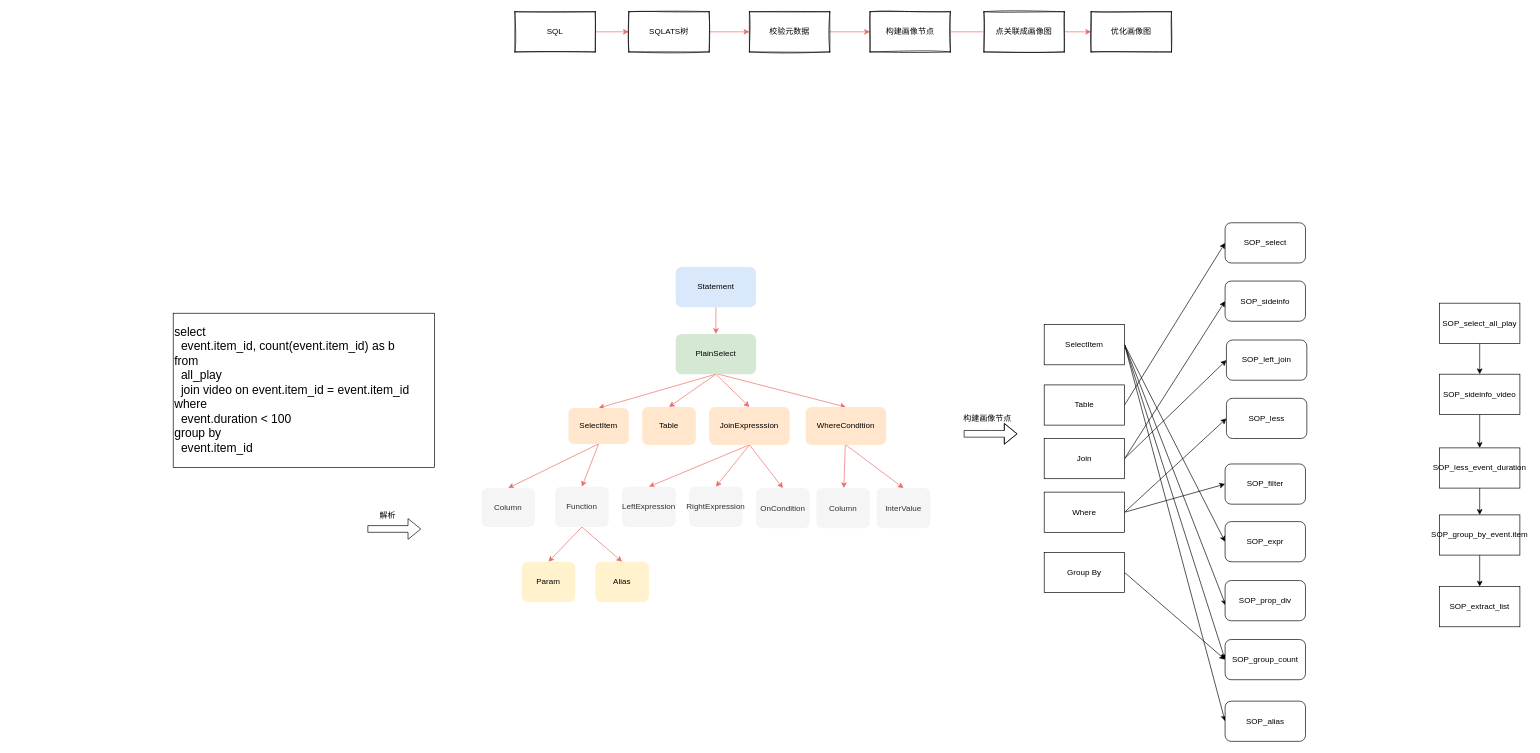
The draw.io diagram page "Page-15" (15 of 16) of profile_dev_platform.drawio in nullbull/uml, before the edit. Source tidied: cells renumbered, new cells numbered last; positions are measured from the earlier drawing's top-left corner, leaving out a move shared by most shapes. Both pictures are drawn from the tidied source at 67%, with x=0, y=0 at pixel (173, 11).
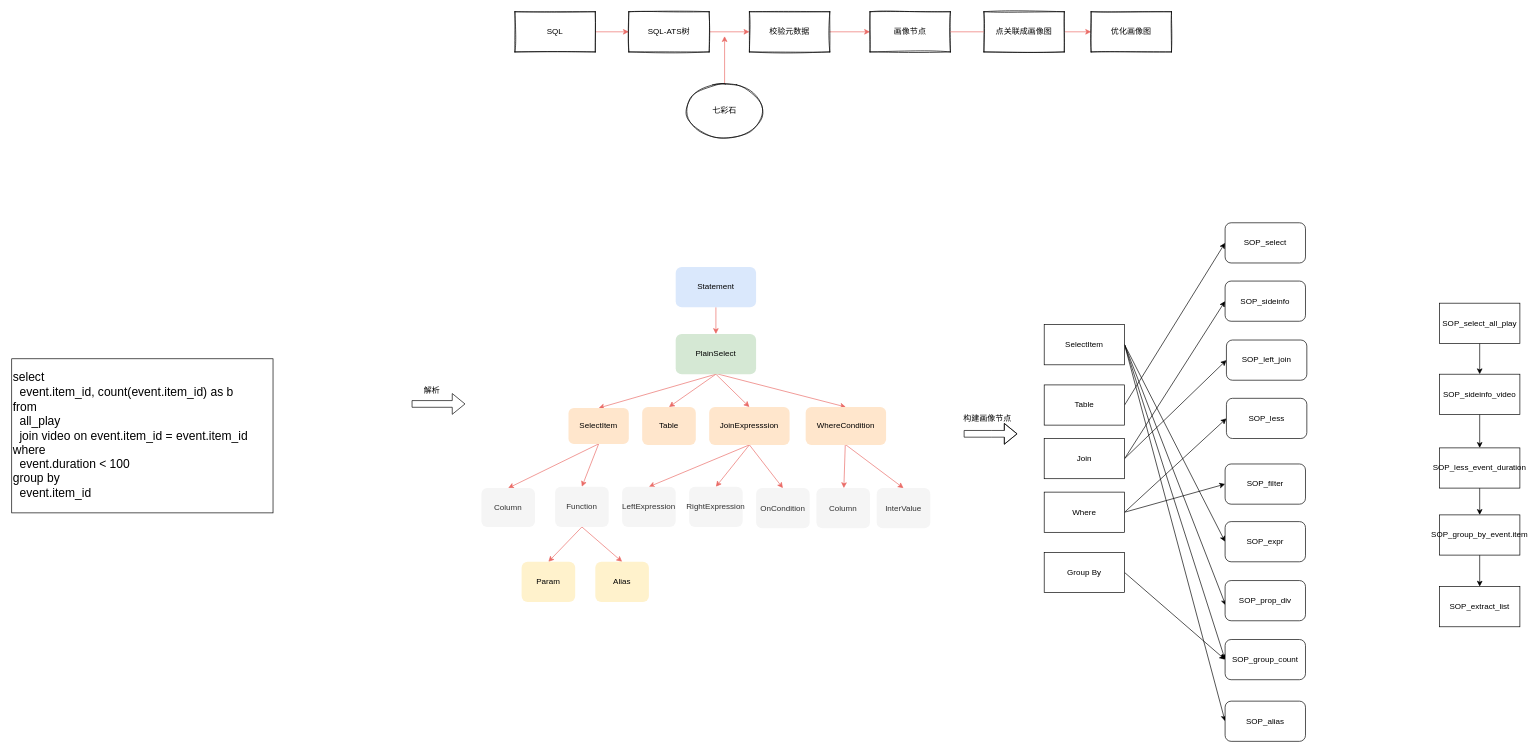
The same page after the edit.

Diff of the diagram source:
```diff
@@
     <mxCell id="2" value="&lt;div style=&quot;font-size: 18px&quot;&gt;&lt;div&gt;select&lt;/div&gt;&lt;div&gt;&amp;nbsp; event.item_id, count(event.item_id) as b&lt;/div&gt;&lt;div&gt;from&lt;/div&gt;&lt;div&gt;&amp;nbsp; all_play&lt;/div&gt;&lt;div&gt;&amp;nbsp; join video on event.item_id = event.item_id&lt;/div&gt;&lt;div&gt;where&lt;/div&gt;&lt;div&gt;&amp;nbsp; event.duration &amp;lt; 100&lt;/div&gt;&lt;div&gt;group by&lt;/div&gt;&lt;div&gt;&amp;nbsp; event.item_id&lt;/div&gt;&lt;/div&gt;" style="rounded=0;whiteSpace=wrap;html=1;align=left;" parent="1" vertex="1">
-      <mxGeometry y="450" width="390" height="230" as="geometry" />
+      <mxGeometry x="-241" y="518" width="390" height="230" as="geometry" />
     </mxCell>
     <mxCell id="3" style="shape=flexArrow;endArrow=classic;html=1;" parent="1" edge="1">
       <mxGeometry relative="1" as="geometry">
-        <mxPoint x="290" y="772" as="sourcePoint" />
-        <mxPoint x="370" y="772" as="targetPoint" />
+        <mxPoint x="356" y="585.4" as="sourcePoint" />
+        <mxPoint x="436" y="585.4" as="targetPoint" />
       </mxGeometry>
     </mxCell>
@@
     <mxCell id="27" value="解析" style="text;html=1;align=center;verticalAlign=middle;strokeColor=none;" parent="1" vertex="1">
-      <mxGeometry x="300" y="742" width="40" height="20" as="geometry" />
+      <mxGeometry x="366" y="555.4" width="40" height="20" as="geometry" />
     </mxCell>
@@
-    <mxCell id="44" value="SQLATS树" style="rounded=0;whiteSpace=wrap;html=1;sketch=1;" parent="1" vertex="1">
+    <mxCell id="44" value="SQL-ATS树" style="rounded=0;whiteSpace=wrap;html=1;sketch=1;" parent="1" vertex="1">
       <mxGeometry x="680" width="120" height="60" as="geometry" />
     </mxCell>
@@
-    <mxCell id="48" value="构建画像节点" style="rounded=0;whiteSpace=wrap;html=1;sketch=1;" parent="1" vertex="1">
+    <mxCell id="48" value="画像节点" style="rounded=0;whiteSpace=wrap;html=1;sketch=1;" parent="1" vertex="1">
       <mxGeometry x="1040" width="120" height="60" as="geometry" />
     </mxCell>
@@
+    <mxCell id="82" style="edgeStyle=none;rounded=0;jettySize=auto;html=1;strokeColor=#EA6B66;" parent="1" edge="1" source="83">
+      <mxGeometry relative="1" as="geometry">
+        <mxPoint x="823" y="36.5" as="targetPoint" />
+      </mxGeometry>
+    </mxCell>
+    <mxCell id="83" value="七彩石" style="ellipse;whiteSpace=wrap;html=1;sketch=1;" parent="1" vertex="1">
+      <mxGeometry x="763" y="108" width="120" height="80" as="geometry" />
+    </mxCell>
```
